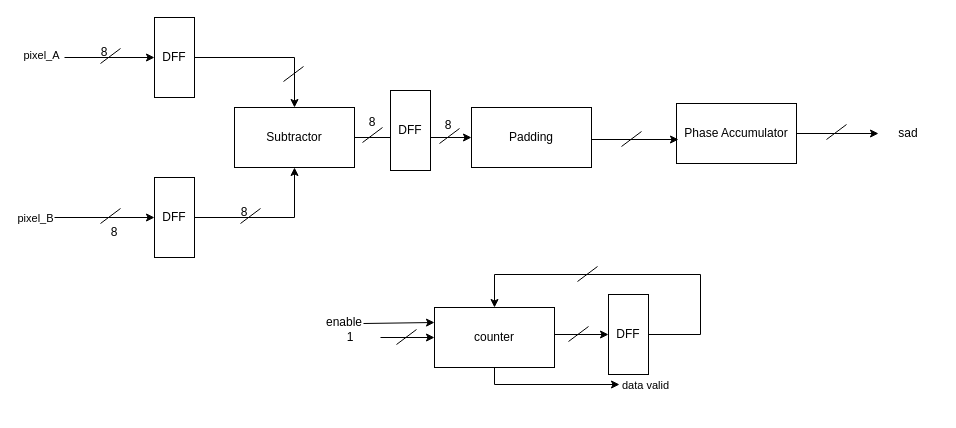
The draw.io diagram img/Model.drawio in gaiaanastasi/SAD-Image-Calculation, before the edit. Source tidied: cells renumbered, new cells numbered last; positions are measured from the earlier drawing's top-left corner, leaving out a move shared by most shapes. Both pictures are drawn from the tidied source at 100%, with x=0, y=0 at pixel (54, 17).
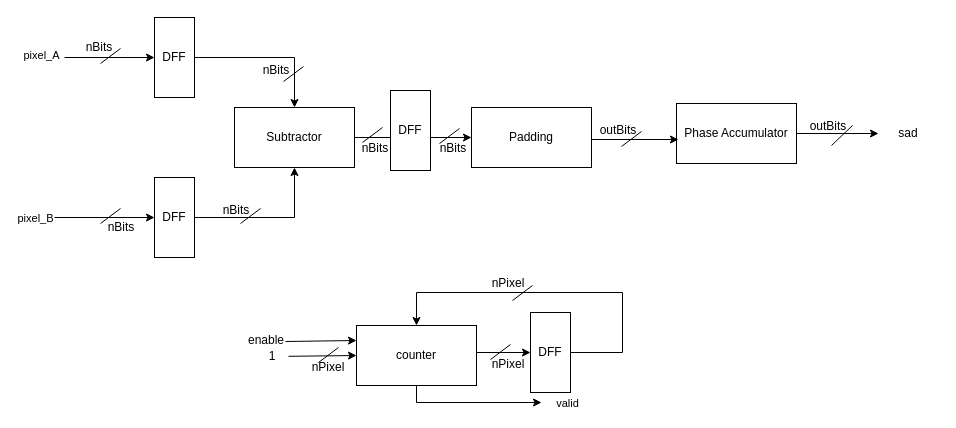
After the change.

Change to the diagram source:
```diff
@@
-    <mxCell id="10" value="8" style="text;html=1;strokeColor=none;fillColor=none;align=center;verticalAlign=middle;whiteSpace=wrap;rounded=0;" parent="1" vertex="1">
-      <mxGeometry x="20" y="20" width="60" height="30" as="geometry" />
+    <mxCell id="10" value="nBits" style="text;html=1;strokeColor=none;fillColor=none;align=center;verticalAlign=middle;whiteSpace=wrap;rounded=0;" parent="1" vertex="1">
+      <mxGeometry x="15" y="15" width="60" height="30" as="geometry" />
     </mxCell>
@@
-    <mxCell id="12" value="8" style="text;html=1;strokeColor=none;fillColor=none;align=center;verticalAlign=middle;whiteSpace=wrap;rounded=0;" parent="1" vertex="1">
-      <mxGeometry x="30" y="200" width="60" height="30" as="geometry" />
-    </mxCell>
@@
-    <mxCell id="15" value="8" style="text;html=1;strokeColor=none;fillColor=none;align=center;verticalAlign=middle;whiteSpace=wrap;rounded=0;" parent="1" vertex="1">
-      <mxGeometry x="160" y="180" width="60" height="30" as="geometry" />
-    </mxCell>
@@
-    <mxCell id="19" value="8" style="text;html=1;strokeColor=none;fillColor=none;align=center;verticalAlign=middle;whiteSpace=wrap;rounded=0;" parent="1" vertex="1">
-      <mxGeometry x="288" y="90" width="60" height="30" as="geometry" />
-    </mxCell>
@@
     <mxCell id="21" style="edgeStyle=orthogonalEdgeStyle;rounded=0;jettySize=auto;html=1;exitX=1;exitY=0.5;exitDx=0;exitDy=0;entryX=0;entryY=0.5;entryDx=0;entryDy=0;" parent="1" edge="1" source="22" target="36">
       <mxGeometry relative="1" as="geometry">
         <Array as="points">
-          <mxPoint x="500" y="317" />
+          <mxPoint x="422" y="335" />
         </Array>
       </mxGeometry>
     </mxCell>
     <mxCell id="22" value="counter" style="rounded=0;whiteSpace=wrap;html=1;" parent="1" vertex="1">
-      <mxGeometry x="380" y="290" width="120" height="60" as="geometry" />
+      <mxGeometry x="302" y="308" width="120" height="60" as="geometry" />
     </mxCell>
     <mxCell id="23" style="endArrow=classic;html=1;rounded=0;exitX=0.5;exitY=1;exitDx=0;exitDy=0;" parent="1" edge="1" source="22">
       <mxGeometry relative="1" as="geometry">
-        <mxPoint x="565" y="367" as="targetPoint" />
+        <mxPoint x="487" y="385" as="targetPoint" />
         <Array as="points">
-          <mxPoint x="440" y="367" />
+          <mxPoint x="362" y="385" />
         </Array>
       </mxGeometry>
     </mxCell>
-    <mxCell id="24" value="data valid" style="edgeLabel;html=1;align=center;verticalAlign=middle;" parent="23" vertex="1">
+    <mxCell id="24" value="valid" style="edgeLabel;html=1;align=center;verticalAlign=middle;" parent="23" vertex="1">
       <mxGeometry x="0.33" y="-1" relative="1" as="geometry">
         <mxPoint x="73" y="-1" as="offset" />
       </mxGeometry>
     </mxCell>
@@
-    <mxCell id="30" value="8" style="text;html=1;strokeColor=none;fillColor=none;align=center;verticalAlign=middle;whiteSpace=wrap;rounded=0;" parent="1" vertex="1">
-      <mxGeometry x="364" y="93" width="60" height="30" as="geometry" />
-    </mxCell>
@@
     <mxCell id="33" style="endArrow=classic;html=1;rounded=0;entryX=0;entryY=0.25;entryDx=0;entryDy=0;" parent="1" edge="1" target="22">
       <mxGeometry relative="1" as="geometry">
-        <mxPoint x="309" y="306" as="sourcePoint" />
+        <mxPoint x="231" y="324" as="sourcePoint" />
       </mxGeometry>
     </mxCell>
     <mxCell id="34" value="1" style="text;html=1;strokeColor=none;fillColor=none;align=center;verticalAlign=middle;whiteSpace=wrap;rounded=0;" parent="1" vertex="1">
-      <mxGeometry x="266" y="305" width="60" height="30" as="geometry" />
+      <mxGeometry x="202" y="324" width="32" height="30" as="geometry" />
     </mxCell>
     <mxCell id="35" style="edgeStyle=orthogonalEdgeStyle;rounded=0;jettySize=auto;html=1;exitX=1;exitY=0.5;exitDx=0;exitDy=0;entryX=0.5;entryY=0;entryDx=0;entryDy=0;" parent="1" edge="1" source="36" target="22">
       <mxGeometry relative="1" as="geometry">
         <Array as="points">
-          <mxPoint x="646" y="317" />
-          <mxPoint x="646" y="257" />
-          <mxPoint x="440" y="257" />
+          <mxPoint x="568" y="335" />
+          <mxPoint x="568" y="275" />
+          <mxPoint x="362" y="275" />
         </Array>
       </mxGeometry>
     </mxCell>
     <mxCell id="36" value="DFF" style="rounded=0;whiteSpace=wrap;html=1;" parent="1" vertex="1">
-      <mxGeometry x="554" y="277" width="40" height="80" as="geometry" />
+      <mxGeometry x="476" y="295" width="40" height="80" as="geometry" />
     </mxCell>
     <mxCell id="37" value="enable" style="text;html=1;strokeColor=none;fillColor=none;align=center;verticalAlign=middle;whiteSpace=wrap;rounded=0;" parent="1" vertex="1">
-      <mxGeometry x="260" y="290" width="60" height="30" as="geometry" />
+      <mxGeometry x="182" y="308" width="60" height="30" as="geometry" />
     </mxCell>
@@
-    <mxCell id="40" style="endArrow=none;html=1;rounded=0;" parent="1" edge="1">
+    <mxCell id="40" style="endArrow=none;html=1;rounded=0;startArrow=none;" parent="1" edge="1">
       <mxGeometry relative="1" as="geometry">
-        <mxPoint x="772" y="122" as="sourcePoint" />
-        <mxPoint x="792" y="107" as="targetPoint" />
+        <mxPoint x="798" y="108" as="sourcePoint" />
+        <mxPoint x="777" y="128" as="targetPoint" />
       </mxGeometry>
     </mxCell>
     <mxCell id="41" style="endArrow=none;html=1;rounded=0;" parent="1" edge="1">
       <mxGeometry relative="1" as="geometry">
-        <mxPoint x="342" y="327" as="sourcePoint" />
-        <mxPoint x="362" y="312" as="targetPoint" />
+        <mxPoint x="264" y="345" as="sourcePoint" />
+        <mxPoint x="284" y="330" as="targetPoint" />
       </mxGeometry>
     </mxCell>
     <mxCell id="42" style="endArrow=none;html=1;rounded=0;" parent="1" edge="1">
       <mxGeometry relative="1" as="geometry">
-        <mxPoint x="514" y="324" as="sourcePoint" />
-        <mxPoint x="534" y="309" as="targetPoint" />
+        <mxPoint x="436" y="342" as="sourcePoint" />
+        <mxPoint x="456" y="327" as="targetPoint" />
       </mxGeometry>
     </mxCell>
     <mxCell id="43" style="endArrow=none;html=1;rounded=0;" parent="1" edge="1">
       <mxGeometry relative="1" as="geometry">
-        <mxPoint x="523" y="264" as="sourcePoint" />
-        <mxPoint x="543" y="249" as="targetPoint" />
+        <mxPoint x="458" y="283" as="sourcePoint" />
+        <mxPoint x="478" y="268" as="targetPoint" />
       </mxGeometry>
     </mxCell>
+    <mxCell id="44" value="nPixel" style="text;html=1;strokeColor=none;fillColor=none;align=center;verticalAlign=middle;whiteSpace=wrap;rounded=0;" parent="1" vertex="1">
+      <mxGeometry x="244" y="335" width="60" height="30" as="geometry" />
+    </mxCell>
+    <mxCell id="45" value="nBits" style="text;html=1;strokeColor=none;fillColor=none;align=center;verticalAlign=middle;whiteSpace=wrap;rounded=0;" parent="1" vertex="1">
+      <mxGeometry x="37" y="195" width="60" height="30" as="geometry" />
+    </mxCell>
+    <mxCell id="46" value="nBits" style="text;html=1;strokeColor=none;fillColor=none;align=center;verticalAlign=middle;whiteSpace=wrap;rounded=0;" parent="1" vertex="1">
+      <mxGeometry x="192" y="38" width="60" height="30" as="geometry" />
+    </mxCell>
+    <mxCell id="47" value="nBits" style="text;html=1;strokeColor=none;fillColor=none;align=center;verticalAlign=middle;whiteSpace=wrap;rounded=0;" parent="1" vertex="1">
+      <mxGeometry x="152" y="178" width="60" height="30" as="geometry" />
+    </mxCell>
+    <mxCell id="48" value="nBits" style="text;html=1;strokeColor=none;fillColor=none;align=center;verticalAlign=middle;whiteSpace=wrap;rounded=0;" parent="1" vertex="1">
+      <mxGeometry x="291" y="116" width="60" height="30" as="geometry" />
+    </mxCell>
+    <mxCell id="49" value="nBits" style="text;html=1;strokeColor=none;fillColor=none;align=center;verticalAlign=middle;whiteSpace=wrap;rounded=0;" parent="1" vertex="1">
+      <mxGeometry x="369" y="116" width="60" height="30" as="geometry" />
+    </mxCell>
+    <mxCell id="50" value="outBits" style="text;html=1;strokeColor=none;fillColor=none;align=center;verticalAlign=middle;whiteSpace=wrap;rounded=0;" parent="1" vertex="1">
+      <mxGeometry x="534" y="98" width="60" height="30" as="geometry" />
+    </mxCell>
+    <mxCell id="51" value="outBits" style="text;html=1;strokeColor=none;fillColor=none;align=center;verticalAlign=middle;whiteSpace=wrap;rounded=0;" parent="1" vertex="1">
+      <mxGeometry x="744" y="94" width="60" height="30" as="geometry" />
+    </mxCell>
+    <mxCell id="52" value="nPixel" style="text;html=1;strokeColor=none;fillColor=none;align=center;verticalAlign=middle;whiteSpace=wrap;rounded=0;" parent="1" vertex="1">
+      <mxGeometry x="424" y="332" width="60" height="30" as="geometry" />
+    </mxCell>
+    <mxCell id="53" value="nPixel" style="text;html=1;strokeColor=none;fillColor=none;align=center;verticalAlign=middle;whiteSpace=wrap;rounded=0;" parent="1" vertex="1">
+      <mxGeometry x="424" y="251" width="60" height="30" as="geometry" />
+    </mxCell>
```
